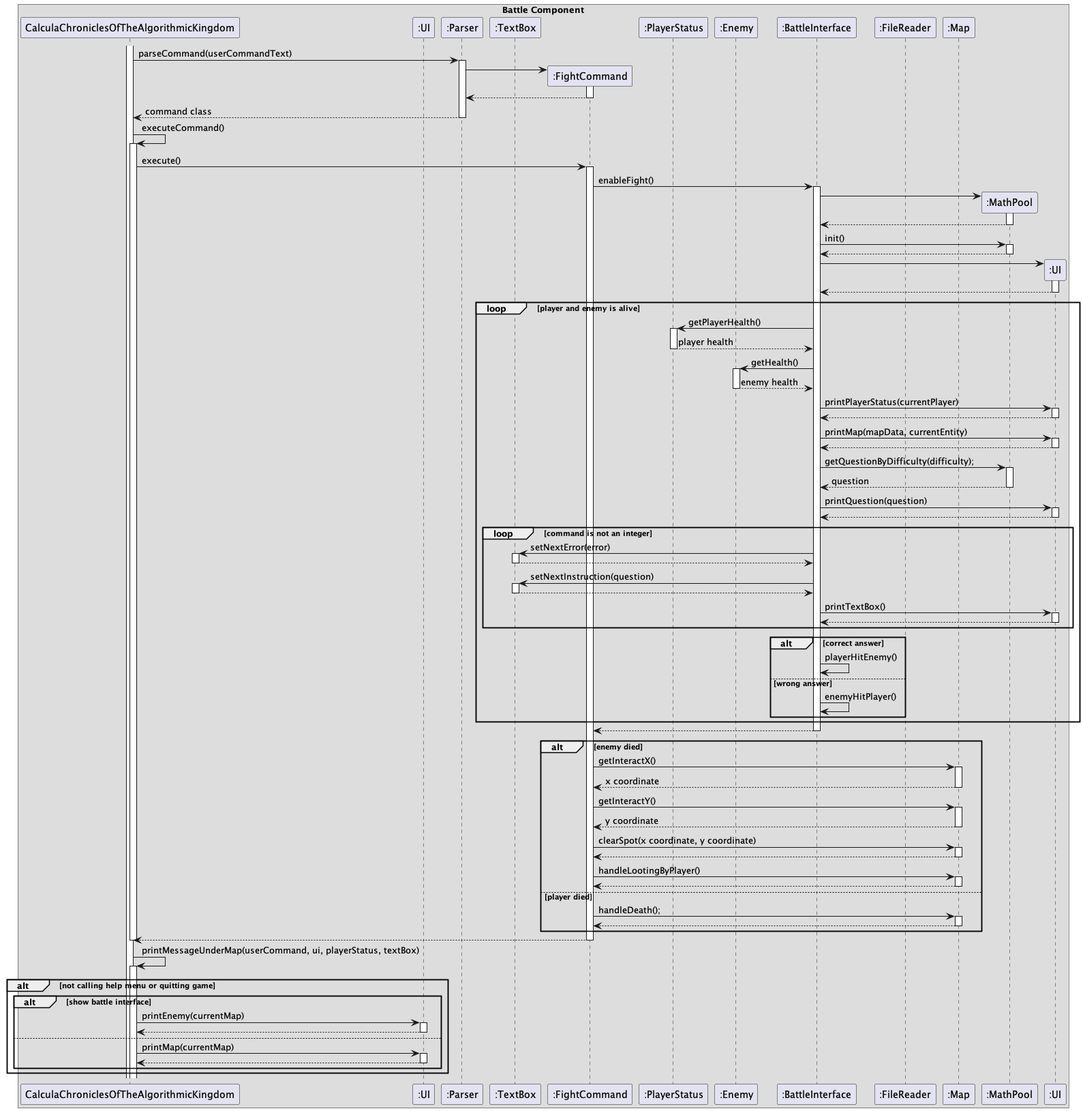
aaravrawal52/tp keeps this PlantUML diagram as picture/BattleInterface.png. Above is the earlier version. The source it was exported from:
```plantuml
@startuml

box Battle Component
participant "CalculaChroniclesOfTheAlgorithmicKingdom" as main
participant ":UI" as ui
participant ":Parser" as parser
participant ":TextBox" as text
participant ":FightCommand" as f
participant ":PlayerStatus" as player
participant ":Enemy" as e
participant ":BattleInterface" as bi
participant ":FileReader" as fileReader
participant ":Map" as map
participant ":MathPool" as mathpool

activate main
main -> parser : parseCommand(userCommandText)
activate parser
create f
parser -> f
activate f
f --> parser
deactivate f
parser --> main : command class
deactivate parser
main -> main : executeCommand()
activate main
main -> f : execute()
activate f
f -> bi : enableFight()
activate bi
create mathpool
bi -> mathpool
activate mathpool
mathpool --> bi
deactivate mathpool
bi -> mathpool : init()
activate mathpool
mathpool --> bi
deactivate
create ":UI" as UI
bi -> UI
activate UI
UI --> bi
deactivate UI
loop player and enemy is alive
    bi -> player : getPlayerHealth()
    activate player
    player --> bi : player health
    deactivate player
    bi -> e : getHealth()
    activate e
    e --> bi : enemy health
    deactivate e
    bi -> UI : printPlayerStatus(currentPlayer)
    activate UI
    UI --> bi
    deactivate UI
    bi -> UI : printMap(mapData, currentEntity)
    activate UI
    UI --> bi
    deactivate UI
    bi -> mathpool : getQuestionByDifficulty(difficulty);
    activate mathpool
    mathpool --> bi : question
    deactivate mathpool
    bi -> UI : printQuestion(question)
    activate UI
    UI --> bi
    deactivate UI
    loop command is not an integer
    bi -> text : setNextError(error)
    activate text
    text --> bi
    deactivate text
    bi -> text : setNextInstruction(question)
    activate text
    text --> bi
    deactivate text
    bi -> UI : printTextBox()
    activate UI
    UI --> bi
    deactivate UI
    end
    alt correct answer
    bi -> bi : playerHitEnemy()
    else wrong answer
    bi -> bi : enemyHitPlayer()
    end
end
bi --> f
deactivate bi
alt enemy died
    f -> map : getInteractX()
    activate map
    map --> f : x coordinate
    deactivate map
    f -> map : getInteractY()
    activate map
    map --> f : y coordinate
    deactivate map
    f -> map : clearSpot(x coordinate, y coordinate)
    activate map
    map --> f
    deactivate map
    f -> map : handleLootingByPlayer()
    activate map
    map --> f
    deactivate map
else player died
    f -> map : handleDeath();
    activate map
    map --> f
    deactivate map
end
f --> main
deactivate f
deactivate main
main -> main : printMessageUnderMap(userCommand, ui, playerStatus, textBox)
activate main
alt not calling help menu or quitting game
    alt show battle interface
        main -> ui : printEnemy(currentMap)
        activate ui
        ui --> main
        deactivate ui
    else
        main -> ui : printMap(currentMap)
        activate ui
        ui --> main
        deactivate ui
    end
end

end box

@enduml
```
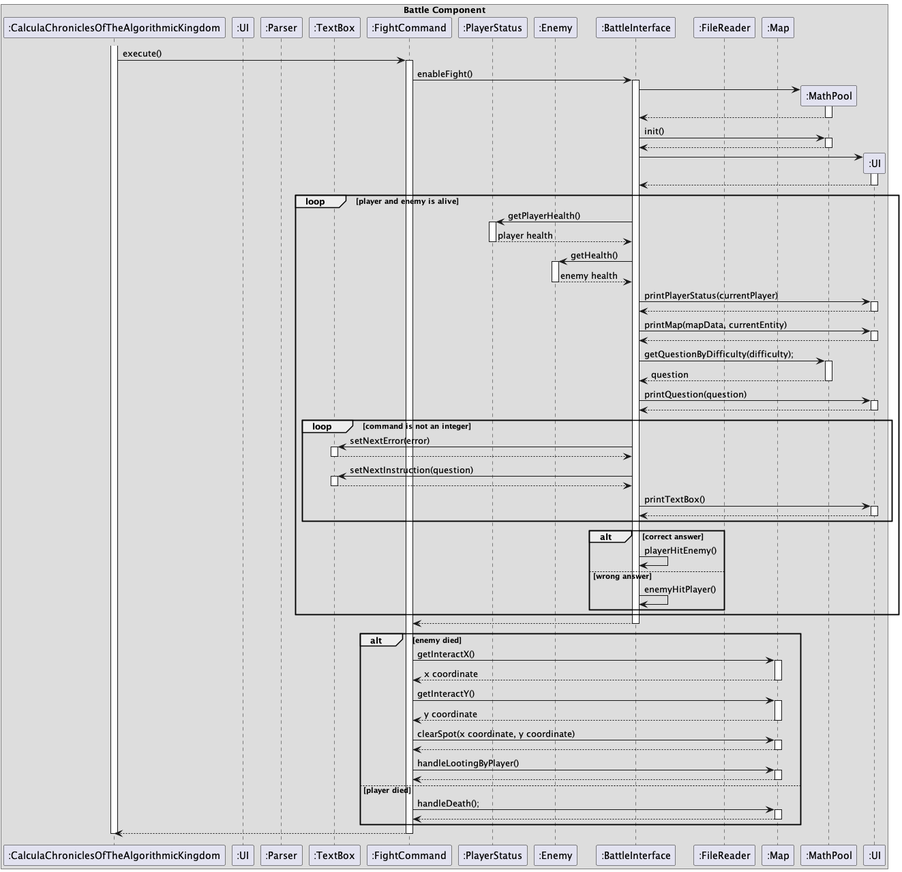
The same file after the commit.

Diff of the diagram source:
```diff
@@ -1,7 +1,7 @@
 @startuml
 
 box Battle Component
-participant "CalculaChroniclesOfTheAlgorithmicKingdom" as main
+participant ":CalculaChroniclesOfTheAlgorithmicKingdom" as main
 participant ":UI" as ui
 participant ":Parser" as parser
 participant ":TextBox" as text
@@ -13,17 +13,6 @@
 participant ":Map" as map
 participant ":MathPool" as mathpool
 
-activate main
-main -> parser : parseCommand(userCommandText)
-activate parser
-create f
-parser -> f
-activate f
-f --> parser
-deactivate f
-parser --> main : command class
-deactivate parser
-main -> main : executeCommand()
 activate main
 main -> f : execute()
 activate f
@@ -116,21 +105,7 @@
 f --> main
 deactivate f
 deactivate main
-main -> main : printMessageUnderMap(userCommand, ui, playerStatus, textBox)
-activate main
-alt not calling help menu or quitting game
-    alt show battle interface
-        main -> ui : printEnemy(currentMap)
-        activate ui
-        ui --> main
-        deactivate ui
-    else
-        main -> ui : printMap(currentMap)
-        activate ui
-        ui --> main
-        deactivate ui
-    end
-end
+
 
 end box
 
```
